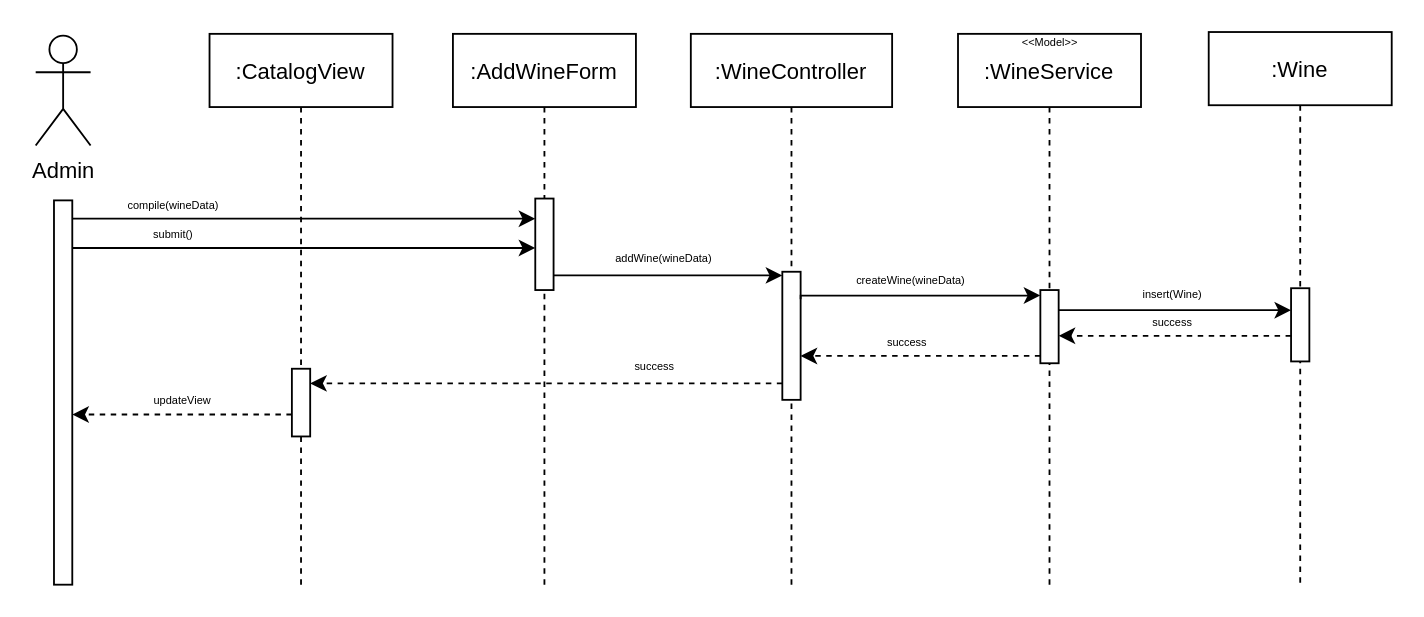
Gprisco/winer-unisa keeps this draw.io diagram as page "AddWine" (1 of 3) of Docs/Requirements Analysis/Diagrams/Sequence Diagrams/Admin/Winer.Admin.GestioneVini.drawio. Above is the earlier version. Source tidied: cells renumbered, new cells numbered last; positions are measured from the earlier drawing's top-left corner, leaving out a move shared by most shapes. Both pictures are drawn from the tidied source at 183%, with x=0, y=0 at pixel (35, 31).
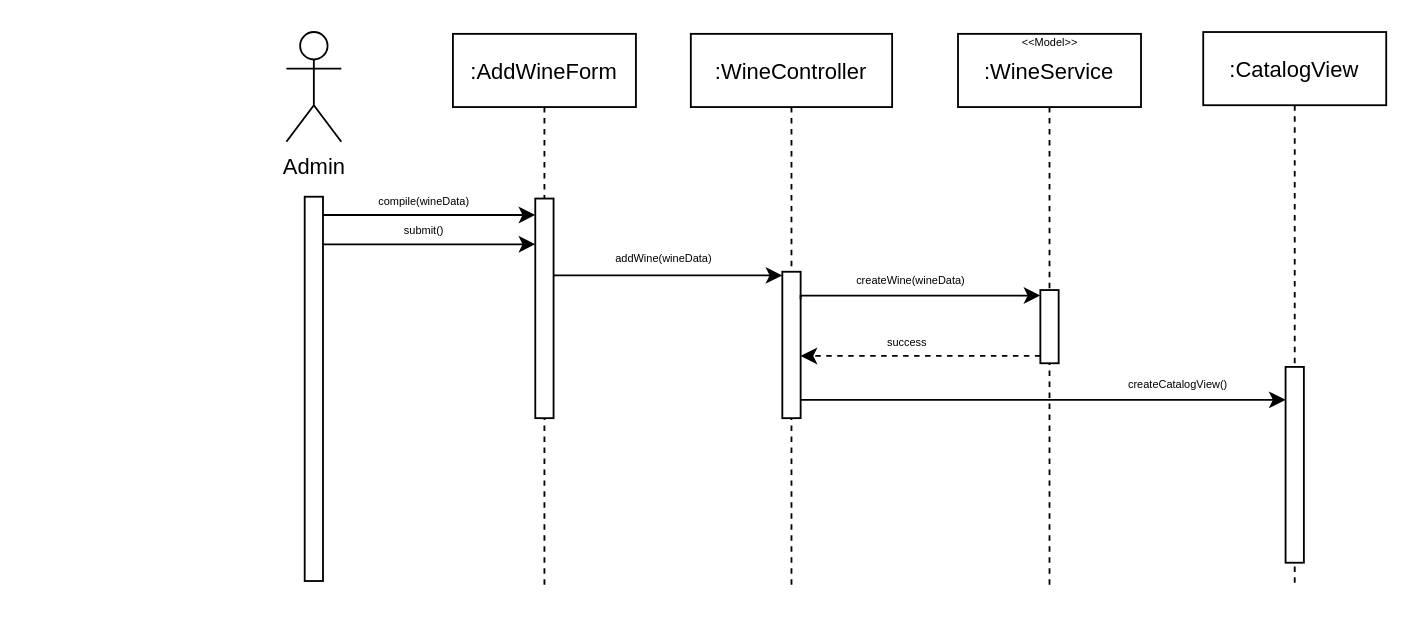
After the change.

Unchanged cells that the change refers to:
```xml
<mxCell id="2" value=":AddWineForm" style="shape=umlLifeline;perimeter=lifelinePerimeter;rounded=0;shadow=0;strokeWidth=1;" parent="1" vertex="1">
  <mxGeometry x="228" y="1" width="100" height="301" as="geometry" />
</mxCell>
<mxCell id="7" value=":WineController" style="shape=umlLifeline;perimeter=lifelinePerimeter;rounded=0;shadow=0;strokeWidth=1;" parent="1" vertex="1">
  <mxGeometry x="358" y="1" width="110" height="301" as="geometry" />
</mxCell>
<mxCell id="10" style="points=[];perimeter=orthogonalPerimeter;rounded=0;shadow=0;strokeWidth=1;" parent="9" vertex="1">
  <mxGeometry x="45" y="140" width="10" height="40" as="geometry" />
</mxCell>
```

What changed in the source:
```diff
@@
     <mxCell id="3" style="points=[];perimeter=orthogonalPerimeter;rounded=0;shadow=0;strokeWidth=1;" parent="2" vertex="1">
-      <mxGeometry x="45" y="90" width="10" height="50" as="geometry" />
+      <mxGeometry x="45" y="90" width="10" height="120" as="geometry" />
     </mxCell>
     <mxCell id="4" value="Admin" style="shape=umlActor;verticalLabelPosition=bottom;verticalAlign=top;html=1;" parent="1" vertex="1">
-      <mxGeometry y="2" width="30" height="60" as="geometry" />
+      <mxGeometry x="137" width="30" height="60" as="geometry" />
     </mxCell>
     <mxCell id="5" style="edgeStyle=orthogonalEdgeStyle;rounded=0;jettySize=auto;html=1;" parent="1" edge="1" source="6" target="3">
       <mxGeometry relative="1" as="geometry">
         <Array as="points">
-          <mxPoint x="80" y="102" />
-          <mxPoint x="80" y="102" />
+          <mxPoint x="217" y="100" />
+          <mxPoint x="217" y="100" />
         </Array>
       </mxGeometry>
     </mxCell>
     <mxCell id="6" style="points=[];perimeter=orthogonalPerimeter;rounded=0;shadow=0;strokeWidth=1;" parent="1" vertex="1">
-      <mxGeometry x="10" y="92" width="10" height="210" as="geometry" />
+      <mxGeometry x="147" y="90" width="10" height="210" as="geometry" />
     </mxCell>
@@
     <mxCell id="8" style="points=[];perimeter=orthogonalPerimeter;rounded=0;shadow=0;strokeWidth=1;" parent="7" vertex="1">
-      <mxGeometry x="50" y="130" width="10" height="70" as="geometry" />
+      <mxGeometry x="50" y="130" width="10" height="80" as="geometry" />
     </mxCell>
@@
     <mxCell id="14" value="compile(wineData)" style="text;html=1;align=center;verticalAlign=middle;strokeColor=none;fillColor=none;fontSize=6;" parent="1" vertex="1">
-      <mxGeometry x="40" y="90" width="70" height="10" as="geometry" />
+      <mxGeometry x="177" y="88" width="70" height="10" as="geometry" />
     </mxCell>
@@
     <mxCell id="19" value="submit()" style="text;html=1;align=center;verticalAlign=middle;strokeColor=none;fillColor=none;fontSize=6;" parent="1" vertex="1">
-      <mxGeometry x="55" y="106.3" width="40" height="10" as="geometry" />
+      <mxGeometry x="192" y="104.3" width="40" height="10" as="geometry" />
     </mxCell>
-    <mxCell id="20" style="edgeStyle=orthogonalEdgeStyle;rounded=0;orthogonalLoop=1;jettySize=auto;html=1;" parent="1" edge="1">
+    <mxCell id="20" style="edgeStyle=orthogonalEdgeStyle;rounded=0;jettySize=auto;html=1;" parent="1" edge="1" target="3">
       <mxGeometry relative="1" as="geometry">
-        <mxPoint x="20" y="118" as="sourcePoint" />
-        <mxPoint x="273" y="118" as="targetPoint" />
+        <mxPoint x="157" y="116" as="sourcePoint" />
         <Array as="points">
-          <mxPoint x="20" y="118" />
+          <mxPoint x="248" y="116" />
+          <mxPoint x="248" y="116" />
         </Array>
       </mxGeometry>
     </mxCell>
-    <mxCell id="21" value="success" style="text;html=1;align=center;verticalAlign=middle;strokeColor=none;fillColor=none;fontSize=6;" parent="1" vertex="1">
-      <mxGeometry x="318" y="178" width="40" height="10" as="geometry" />
-    </mxCell>
-    <mxCell id="22" style="edgeStyle=orthogonalEdgeStyle;rounded=0;jettySize=auto;html=1;dashed=1;" parent="1" edge="1" source="8" target="24">
-      <mxGeometry relative="1" as="geometry">
-        <Array as="points">
-          <mxPoint x="211" y="192" />
-          <mxPoint x="211" y="192" />
-        </Array>
-      </mxGeometry>
-    </mxCell>
     <mxCell id="23" value=":CatalogView" style="shape=umlLifeline;perimeter=lifelinePerimeter;rounded=0;shadow=0;strokeWidth=1;" parent="1" vertex="1">
-      <mxGeometry x="95" y="1" width="100" height="301" as="geometry" />
+      <mxGeometry x="638" width="100" height="301" as="geometry" />
     </mxCell>
     <mxCell id="24" style="points=[];perimeter=orthogonalPerimeter;rounded=0;shadow=0;strokeWidth=1;" parent="23" vertex="1">
-      <mxGeometry x="45" y="183" width="10" height="37" as="geometry" />
+      <mxGeometry x="45" y="183" width="10" height="107" as="geometry" />
     </mxCell>
-    <mxCell id="25" value=":Wine" style="shape=umlLifeline;perimeter=lifelinePerimeter;rounded=0;shadow=0;strokeWidth=1;" parent="1" vertex="1">
-      <mxGeometry x="641" width="100" height="302" as="geometry" />
-    </mxCell>
-    <mxCell id="26" style="points=[];perimeter=orthogonalPerimeter;rounded=0;shadow=0;strokeWidth=1;" parent="25" vertex="1">
-      <mxGeometry x="45" y="140" width="10" height="40" as="geometry" />
-    </mxCell>
-    <mxCell id="27" style="edgeStyle=orthogonalEdgeStyle;rounded=0;jettySize=auto;html=1;fontSize=6;" parent="1" edge="1" source="10" target="26">
-      <mxGeometry relative="1" as="geometry">
-        <Array as="points">
-          <mxPoint x="623" y="152" />
-          <mxPoint x="623" y="152" />
-        </Array>
-      </mxGeometry>
-    </mxCell>
-    <mxCell id="28" value="insert(Wine)" style="text;html=1;align=center;verticalAlign=middle;strokeColor=none;fillColor=none;fontSize=6;" parent="1" vertex="1">
-      <mxGeometry x="596" y="139" width="50" height="10" as="geometry" />
-    </mxCell>
-    <mxCell id="29" style="edgeStyle=orthogonalEdgeStyle;rounded=0;orthogonalLoop=1;jettySize=auto;html=1;dashed=1;" parent="1" edge="1">
-      <mxGeometry relative="1" as="geometry">
-        <mxPoint x="686" y="166" as="sourcePoint" />
-        <mxPoint x="559" y="166" as="targetPoint" />
-        <Array as="points">
-          <mxPoint x="686" y="166" />
-        </Array>
-      </mxGeometry>
-    </mxCell>
-    <mxCell id="30" value="success" style="text;html=1;align=center;verticalAlign=middle;strokeColor=none;fillColor=none;fontSize=6;" parent="1" vertex="1">
-      <mxGeometry x="600.5" y="154.4" width="40" height="10" as="geometry" />
-    </mxCell>
-    <mxCell id="31" style="edgeStyle=orthogonalEdgeStyle;rounded=0;jettySize=auto;html=1;fontSize=6;dashed=1;" parent="1" edge="1" source="24" target="6">
-      <mxGeometry relative="1" as="geometry">
-        <Array as="points">
-          <mxPoint x="51" y="209" />
-          <mxPoint x="51" y="209" />
-        </Array>
-      </mxGeometry>
-    </mxCell>
-    <mxCell id="32" value="updateView" style="text;html=1;align=center;verticalAlign=middle;strokeColor=none;fillColor=none;fontSize=6;" parent="1" vertex="1">
-      <mxGeometry x="55" y="197" width="50" height="10" as="geometry" />
-    </mxCell>
+    <mxCell id="22" style="edgeStyle=orthogonalEdgeStyle;rounded=0;jettySize=auto;html=1;" parent="1" edge="1" source="8" target="24">
+      <mxGeometry relative="1" as="geometry">
+        <Array as="points">
+          <mxPoint x="488" y="201" />
+          <mxPoint x="488" y="201" />
+        </Array>
+      </mxGeometry>
+    </mxCell>
+    <mxCell id="33" value="createCatalogView()" style="text;html=1;align=center;verticalAlign=middle;strokeColor=none;fillColor=none;fontSize=6;" parent="1" vertex="1">
+      <mxGeometry x="589" y="188" width="70" height="10" as="geometry" />
+    </mxCell>
```
